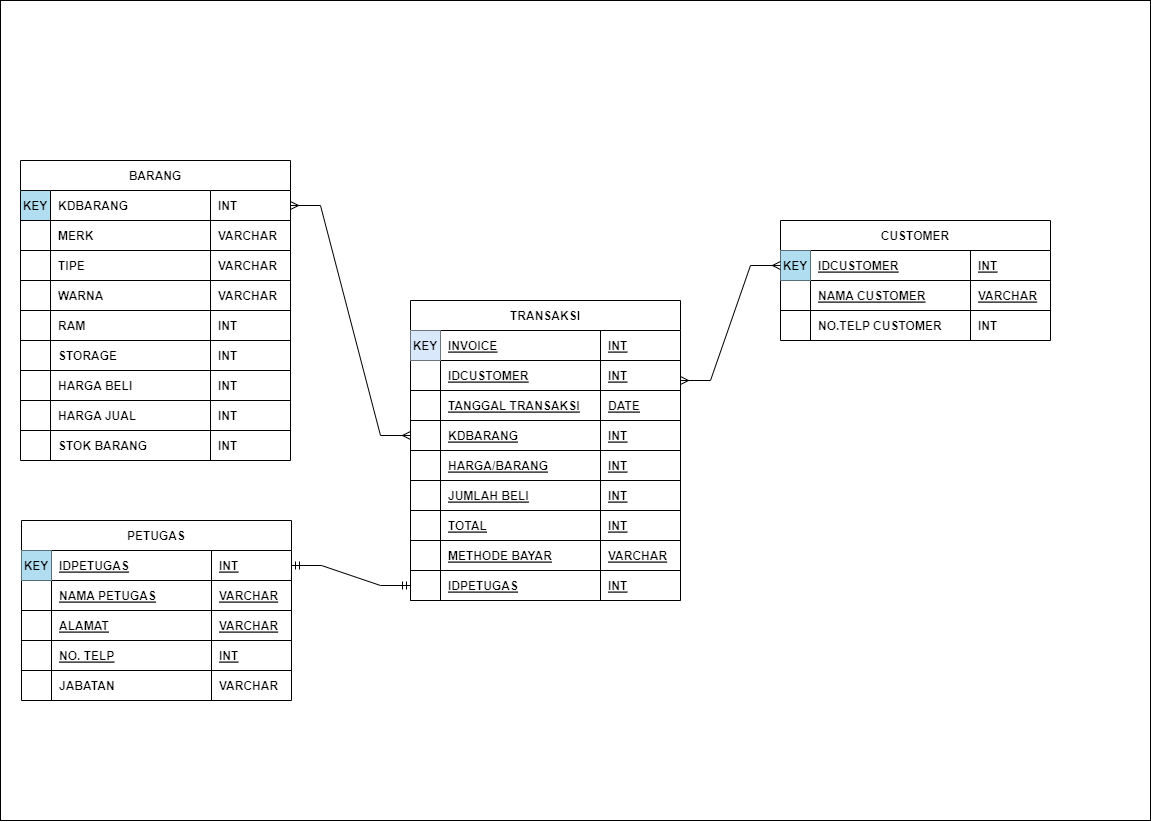
Above: database.drawio.png in MountZ1/PR_PenjualanHandPhone_ArdiSaputraTIP-21.2 (draw.io), before the change. Source tidied: cells renumbered, new cells last; positions are measured from the earlier drawing's top-left corner, leaving out a move shared by most shapes.
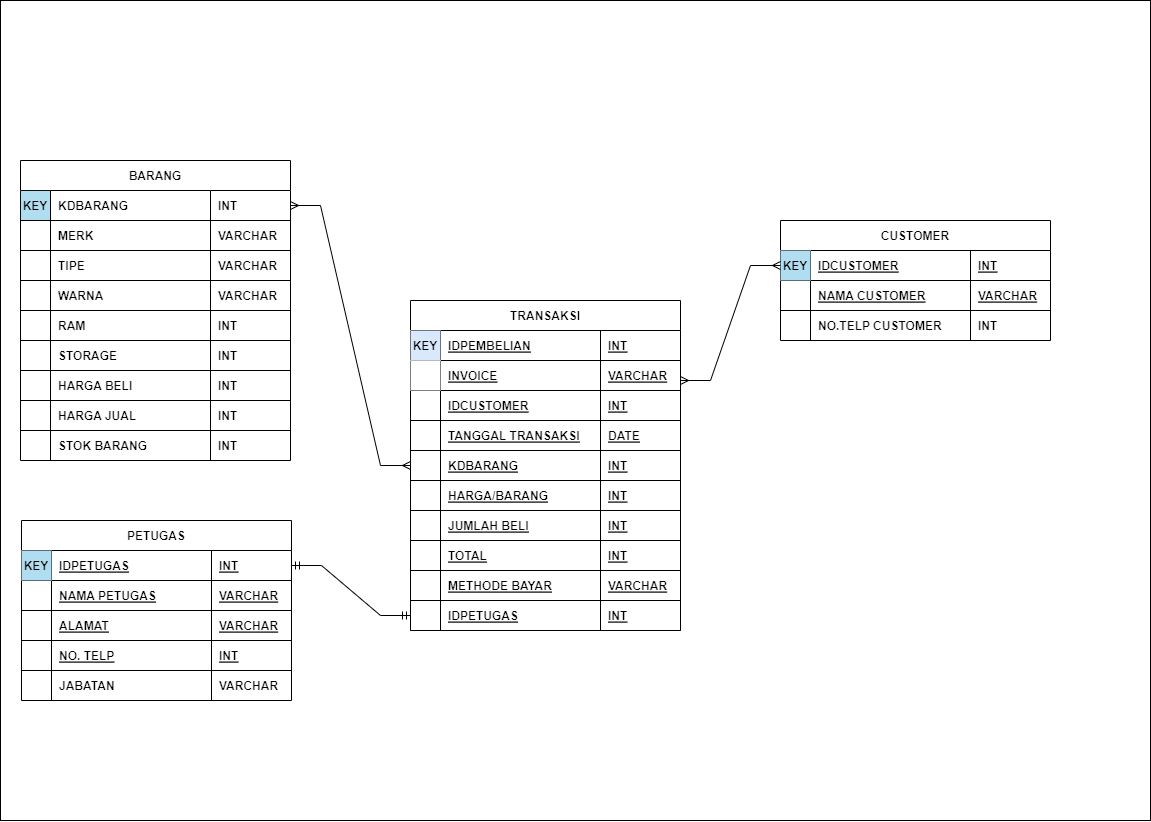
The same diagram one commit later.

Change to the diagram source:
```diff
@@ -219,22 +219,34 @@
       <mxGeometry x="190" width="80" height="30" as="geometry" />
     </mxCell>
     <mxCell id="74" value="TRANSAKSI" style="shape=table;startSize=30;rowLines=0;fontStyle=1;align=center;" parent="1" vertex="1">
-      <mxGeometry x="410" y="300" width="270" height="300" as="geometry" />
+      <mxGeometry x="410" y="300" width="270" height="330" as="geometry" />
     </mxCell>
+    <mxCell id="114" style="shape=partialRectangle;fillColor=none;top=0;left=0;right=0;bottom=1;" parent="74" vertex="1">
+      <mxGeometry y="30" width="270" height="30" as="geometry" />
+    </mxCell>
+    <mxCell id="115" value="KEY" style="shape=partialRectangle;overflow=hidden;fillColor=#dae8fc;top=0;left=0;bottom=0;right=0;fontStyle=1;strokeColor=#385c8f;" parent="114" vertex="1">
+      <mxGeometry width="30" height="30" as="geometry" />
+    </mxCell>
+    <mxCell id="116" value="IDPEMBELIAN" style="shape=partialRectangle;overflow=hidden;fillColor=none;top=0;left=0;bottom=0;right=0;align=left;spacingLeft=6;fontStyle=5;" parent="114" vertex="1">
+      <mxGeometry x="30" width="160" height="30" as="geometry" />
+    </mxCell>
+    <mxCell id="117" value="INT" style="shape=partialRectangle;overflow=hidden;fillColor=none;top=0;left=0;bottom=0;right=0;align=left;spacingLeft=6;fontStyle=5;" parent="114" vertex="1">
+      <mxGeometry x="190" width="80" height="30" as="geometry" />
+    </mxCell>
     <mxCell id="75" style="shape=partialRectangle;fillColor=none;top=0;left=0;right=0;bottom=1;" parent="74" vertex="1">
-      <mxGeometry y="30" width="270" height="30" as="geometry" />
+      <mxGeometry y="60" width="270" height="30" as="geometry" />
     </mxCell>
-    <mxCell id="76" value="KEY" style="shape=partialRectangle;overflow=hidden;fillColor=#dae8fc;top=0;left=0;bottom=0;right=0;fontStyle=1;strokeColor=#385c8f;" parent="75" vertex="1">
+    <mxCell id="76" style="shape=partialRectangle;overflow=hidden;top=0;left=0;bottom=0;right=0;fontStyle=1;" parent="75" vertex="1">
       <mxGeometry width="30" height="30" as="geometry" />
     </mxCell>
     <mxCell id="77" value="INVOICE" style="shape=partialRectangle;overflow=hidden;fillColor=none;top=0;left=0;bottom=0;right=0;align=left;spacingLeft=6;fontStyle=5;" parent="75" vertex="1">
       <mxGeometry x="30" width="160" height="30" as="geometry" />
     </mxCell>
-    <mxCell id="78" value="INT" style="shape=partialRectangle;overflow=hidden;fillColor=none;top=0;left=0;bottom=0;right=0;align=left;spacingLeft=6;fontStyle=5;" parent="75" vertex="1">
+    <mxCell id="78" value="VARCHAR" style="shape=partialRectangle;overflow=hidden;fillColor=none;top=0;left=0;bottom=0;right=0;align=left;spacingLeft=6;fontStyle=5;" parent="75" vertex="1">
       <mxGeometry x="190" width="80" height="30" as="geometry" />
     </mxCell>
     <mxCell id="79" style="shape=partialRectangle;fillColor=none;top=0;left=0;right=0;bottom=1;" parent="74" vertex="1">
-      <mxGeometry y="60" width="270" height="30" as="geometry" />
+      <mxGeometry y="90" width="270" height="30" as="geometry" />
     </mxCell>
     <mxCell id="80" style="shape=partialRectangle;overflow=hidden;fillColor=none;top=0;left=0;bottom=0;right=0;fontStyle=1;" parent="79" vertex="1">
       <mxGeometry width="30" height="30" as="geometry" />
@@ -246,7 +258,7 @@
       <mxGeometry x="190" width="80" height="30" as="geometry" />
     </mxCell>
     <mxCell id="83" style="shape=partialRectangle;fillColor=none;top=0;left=0;right=0;bottom=1;" parent="74" vertex="1">
-      <mxGeometry y="90" width="270" height="30" as="geometry" />
+      <mxGeometry y="120" width="270" height="30" as="geometry" />
     </mxCell>
     <mxCell id="84" style="shape=partialRectangle;overflow=hidden;fillColor=none;top=0;left=0;bottom=0;right=0;fontStyle=1;" parent="83" vertex="1">
       <mxGeometry width="30" height="30" as="geometry" />
@@ -258,7 +270,7 @@
       <mxGeometry x="190" width="80" height="30" as="geometry" />
     </mxCell>
     <mxCell id="87" style="shape=partialRectangle;fillColor=none;points=[[0,0.5],[1,0.5]];portConstraint=eastwest;top=0;left=0;right=0;bottom=1;" parent="74" vertex="1">
-      <mxGeometry y="120" width="270" height="30" as="geometry" />
+      <mxGeometry y="150" width="270" height="30" as="geometry" />
     </mxCell>
     <mxCell id="88" style="shape=partialRectangle;overflow=hidden;fillColor=none;top=0;left=0;bottom=0;right=0;fontStyle=1;" parent="87" vertex="1">
       <mxGeometry width="30" height="30" as="geometry" />
@@ -270,7 +282,7 @@
       <mxGeometry x="190" width="80" height="30" as="geometry" />
     </mxCell>
     <mxCell id="91" style="shape=partialRectangle;fillColor=none;top=0;left=0;right=0;bottom=1;" parent="74" vertex="1">
-      <mxGeometry y="150" width="270" height="30" as="geometry" />
+      <mxGeometry y="180" width="270" height="30" as="geometry" />
     </mxCell>
     <mxCell id="92" style="shape=partialRectangle;overflow=hidden;fillColor=none;top=0;left=0;bottom=0;right=0;fontStyle=1;" parent="91" vertex="1">
       <mxGeometry width="30" height="30" as="geometry" />
@@ -282,7 +294,7 @@
       <mxGeometry x="190" width="80" height="30" as="geometry" />
     </mxCell>
     <mxCell id="95" style="shape=partialRectangle;fillColor=none;top=0;left=0;right=0;bottom=1;" parent="74" vertex="1">
-      <mxGeometry y="180" width="270" height="30" as="geometry" />
+      <mxGeometry y="210" width="270" height="30" as="geometry" />
     </mxCell>
     <mxCell id="96" style="shape=partialRectangle;overflow=hidden;fillColor=none;top=0;left=0;bottom=0;right=0;fontStyle=1;" parent="95" vertex="1">
       <mxGeometry width="30" height="30" as="geometry" />
@@ -294,7 +306,7 @@
       <mxGeometry x="190" width="80" height="30" as="geometry" />
     </mxCell>
     <mxCell id="99" style="shape=partialRectangle;fillColor=none;top=0;left=0;right=0;bottom=1;" parent="74" vertex="1">
-      <mxGeometry y="210" width="270" height="30" as="geometry" />
+      <mxGeometry y="240" width="270" height="30" as="geometry" />
     </mxCell>
     <mxCell id="100" style="shape=partialRectangle;overflow=hidden;fillColor=none;top=0;left=0;bottom=0;right=0;fontStyle=1;" parent="99" vertex="1">
       <mxGeometry width="30" height="30" as="geometry" />
@@ -306,7 +318,7 @@
       <mxGeometry x="190" width="80" height="30" as="geometry" />
     </mxCell>
     <mxCell id="103" style="shape=partialRectangle;fillColor=none;top=0;left=0;right=0;bottom=1;" parent="74" vertex="1">
-      <mxGeometry y="240" width="270" height="30" as="geometry" />
+      <mxGeometry y="270" width="270" height="30" as="geometry" />
     </mxCell>
     <mxCell id="104" style="shape=partialRectangle;overflow=hidden;fillColor=none;top=0;left=0;bottom=0;right=0;fontStyle=1;" parent="103" vertex="1">
       <mxGeometry width="30" height="30" as="geometry" />
@@ -318,7 +330,7 @@
       <mxGeometry x="190" width="80" height="30" as="geometry" />
     </mxCell>
     <mxCell id="107" style="shape=partialRectangle;fillColor=none;points=[[0,0.5],[1,0.5]];portConstraint=eastwest;top=0;left=0;right=0;bottom=1;" parent="74" vertex="1">
-      <mxGeometry y="270" width="270" height="30" as="geometry" />
+      <mxGeometry y="300" width="270" height="30" as="geometry" />
     </mxCell>
     <mxCell id="108" style="shape=partialRectangle;overflow=hidden;fillColor=none;top=0;left=0;bottom=0;right=0;fontStyle=1;" parent="107" vertex="1">
       <mxGeometry width="30" height="30" as="geometry" />
```
